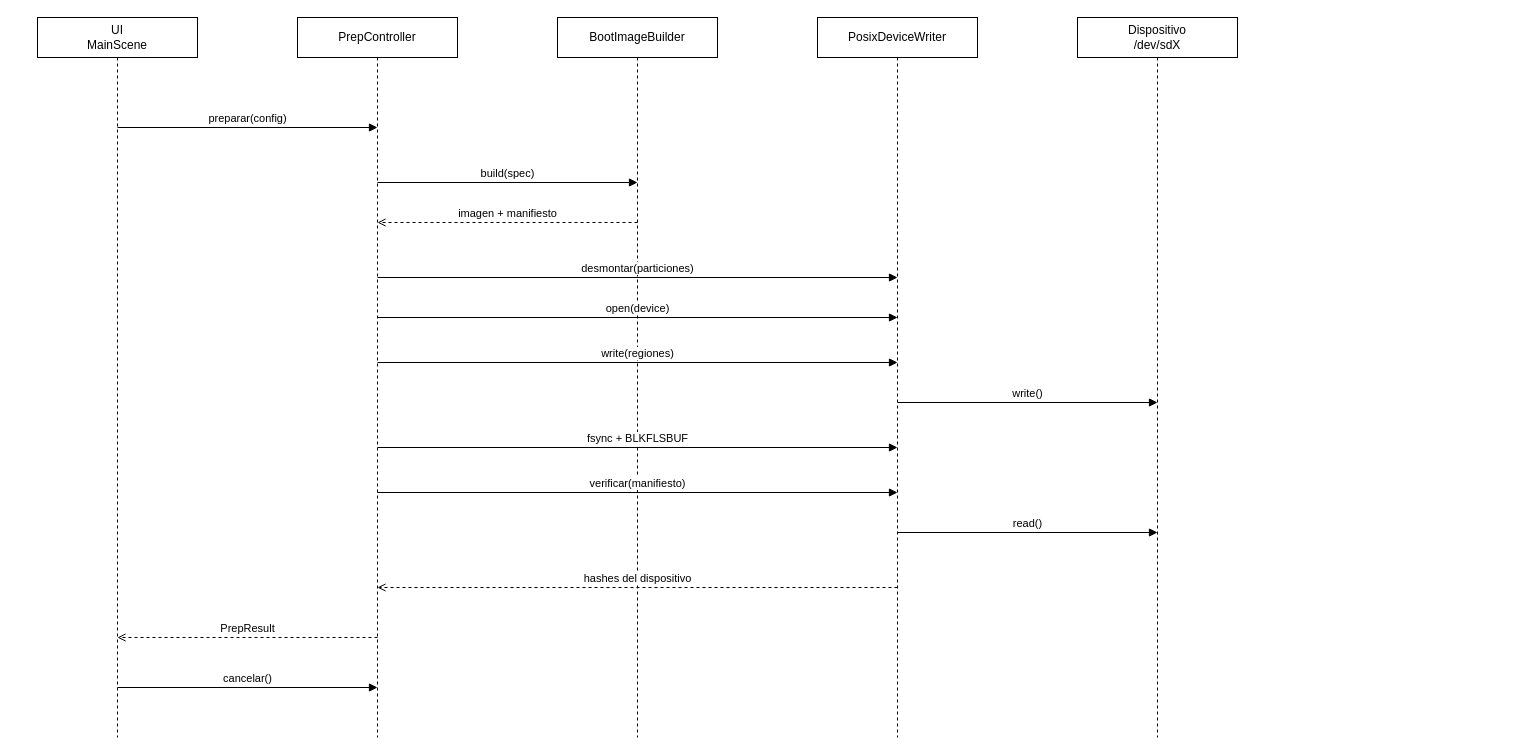
The draw.io diagram page "3 · Secuencia" (3 of 5) of docs/diagrama.drawio in CebGIN/booteable, before the edit. Source tidied: cells renumbered, new cells numbered last; positions are measured from the earlier drawing's top-left corner, leaving out a move shared by most shapes. Both pictures are drawn from the tidied source at 100%, with x=0, y=0 at pixel (37, 17).
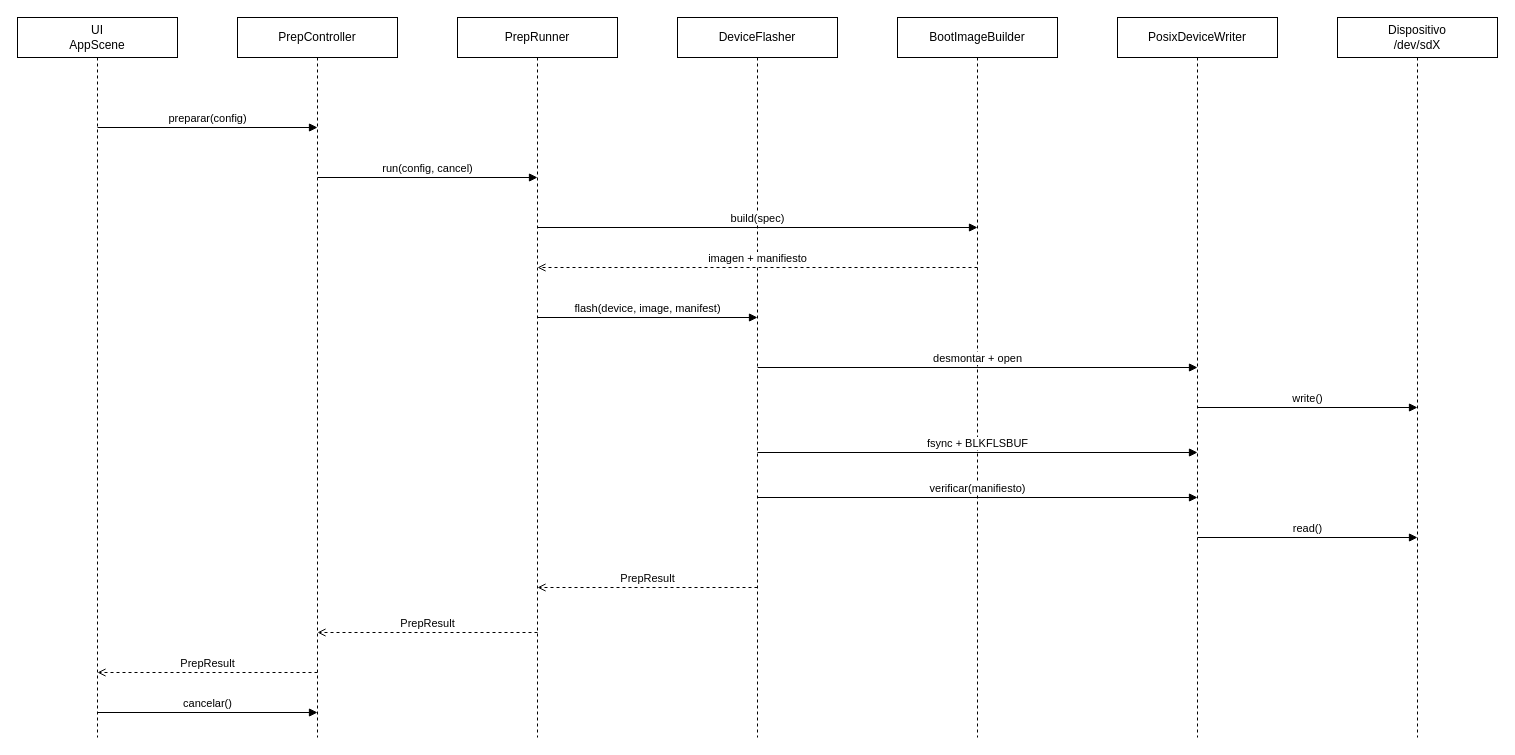
The same diagram, later.

Commit message (it also covers changes not shown here):
docs(diagrama): regenerar clases y secuencia con PrepRunner y DeviceFlasher

Change to the diagram source:
```diff
@@
-    <mxCell id="2" value="UI&#10;MainScene" style="shape=umlLifeline;perimeter=lifelinePerimeter;whiteSpace=wrap;html=1;fillColor=#ffffff;strokeColor=#000000;fontColor=#000000;" parent="1" vertex="1">
-      <mxGeometry width="160" height="720" as="geometry" />
+    <mxCell id="2" value="UI&#10;AppScene" style="shape=umlLifeline;perimeter=lifelinePerimeter;whiteSpace=wrap;html=1;fillColor=#ffffff;strokeColor=#000000;fontColor=#000000;" parent="1" vertex="1">
+      <mxGeometry x="-20" width="160" height="720" as="geometry" />
     </mxCell>
     <mxCell id="3" value="PrepController" style="shape=umlLifeline;perimeter=lifelinePerimeter;whiteSpace=wrap;html=1;fillColor=#ffffff;strokeColor=#000000;fontColor=#000000;" parent="1" vertex="1">
-      <mxGeometry x="260" width="160" height="720" as="geometry" />
+      <mxGeometry x="200" width="160" height="720" as="geometry" />
     </mxCell>
+    <mxCell id="20" value="PrepRunner" style="shape=umlLifeline;perimeter=lifelinePerimeter;whiteSpace=wrap;html=1;fillColor=#ffffff;strokeColor=#000000;fontColor=#000000;" parent="1" vertex="1">
+      <mxGeometry x="420" width="160" height="720" as="geometry" />
+    </mxCell>
+    <mxCell id="21" value="DeviceFlasher" style="shape=umlLifeline;perimeter=lifelinePerimeter;whiteSpace=wrap;html=1;fillColor=#ffffff;strokeColor=#000000;fontColor=#000000;" parent="1" vertex="1">
+      <mxGeometry x="640" width="160" height="720" as="geometry" />
+    </mxCell>
     <mxCell id="4" value="BootImageBuilder" style="shape=umlLifeline;perimeter=lifelinePerimeter;whiteSpace=wrap;html=1;fillColor=#ffffff;strokeColor=#000000;fontColor=#000000;" parent="1" vertex="1">
-      <mxGeometry x="520" width="160" height="720" as="geometry" />
+      <mxGeometry x="860" width="160" height="720" as="geometry" />
     </mxCell>
     <mxCell id="5" value="PosixDeviceWriter" style="shape=umlLifeline;perimeter=lifelinePerimeter;whiteSpace=wrap;html=1;fillColor=#ffffff;strokeColor=#000000;fontColor=#000000;" parent="1" vertex="1">
-      <mxGeometry x="780" width="160" height="720" as="geometry" />
+      <mxGeometry x="1080" width="160" height="720" as="geometry" />
     </mxCell>
     <mxCell id="6" value="Dispositivo&#10;/dev/sdX" style="shape=umlLifeline;perimeter=lifelinePerimeter;whiteSpace=wrap;html=1;fillColor=#ffffff;strokeColor=#000000;fontColor=#000000;" parent="1" vertex="1">
-      <mxGeometry x="1040" width="160" height="720" as="geometry" />
+      <mxGeometry x="1300" width="160" height="720" as="geometry" />
     </mxCell>
     <mxCell id="7" value="preparar(config)" style="endArrow=block;endFill=1;html=1;rounded=0;fontSize=11;labelBackgroundColor=#ffffff;verticalAlign=bottom;" parent="1" edge="1">
       <mxGeometry relative="1" as="geometry">
-        <mxPoint x="80" y="110" as="sourcePoint" />
-        <mxPoint x="340" y="110" as="targetPoint" />
+        <mxPoint x="60" y="110" as="sourcePoint" />
+        <mxPoint x="280" y="110" as="targetPoint" />
       </mxGeometry>
     </mxCell>
-    <mxCell id="8" value="build(spec)" style="endArrow=block;endFill=1;html=1;rounded=0;fontSize=11;labelBackgroundColor=#ffffff;verticalAlign=bottom;" parent="1" edge="1">
+    <mxCell id="8" value="run(config, cancel)" style="endArrow=block;endFill=1;html=1;rounded=0;fontSize=11;labelBackgroundColor=#ffffff;verticalAlign=bottom;" parent="1" edge="1">
       <mxGeometry relative="1" as="geometry">
-        <mxPoint x="340" y="165" as="sourcePoint" />
-        <mxPoint x="600" y="165" as="targetPoint" />
+        <mxPoint x="280" y="160" as="sourcePoint" />
+        <mxPoint x="500" y="160" as="targetPoint" />
       </mxGeometry>
     </mxCell>
+    <mxCell id="10" value="build(spec)" style="endArrow=block;endFill=1;html=1;rounded=0;fontSize=11;labelBackgroundColor=#ffffff;verticalAlign=bottom;" parent="1" edge="1">
+      <mxGeometry relative="1" as="geometry">
+        <mxPoint x="500" y="210" as="sourcePoint" />
+        <mxPoint x="940" y="210" as="targetPoint" />
+      </mxGeometry>
+    </mxCell>
     <mxCell id="9" value="imagen + manifiesto" style="endArrow=open;endFill=0;dashed=1;html=1;rounded=0;fontSize=11;labelBackgroundColor=#ffffff;verticalAlign=bottom;" parent="1" edge="1">
       <mxGeometry relative="1" as="geometry">
-        <mxPoint x="600" y="205" as="sourcePoint" />
-        <mxPoint x="340" y="205" as="targetPoint" />
+        <mxPoint x="940" y="250" as="sourcePoint" />
+        <mxPoint x="500" y="250" as="targetPoint" />
       </mxGeometry>
     </mxCell>
-    <mxCell id="10" value="desmontar(particiones)" style="endArrow=block;endFill=1;html=1;rounded=0;fontSize=11;labelBackgroundColor=#ffffff;verticalAlign=bottom;" parent="1" edge="1">
-      <mxGeometry relative="1" as="geometry">
-        <mxPoint x="340" y="260" as="sourcePoint" />
-        <mxPoint x="860" y="260" as="targetPoint" />
-      </mxGeometry>
-    </mxCell>
-    <mxCell id="11" value="open(device)" style="endArrow=block;endFill=1;html=1;rounded=0;fontSize=11;labelBackgroundColor=#ffffff;verticalAlign=bottom;" parent="1" edge="1">
-      <mxGeometry relative="1" as="geometry">
-        <mxPoint x="340" y="300" as="sourcePoint" />
-        <mxPoint x="860" y="300" as="targetPoint" />
-      </mxGeometry>
-    </mxCell>
-    <mxCell id="12" value="write(regiones)" style="endArrow=block;endFill=1;html=1;rounded=0;fontSize=11;labelBackgroundColor=#ffffff;verticalAlign=bottom;" parent="1" edge="1">
+    <mxCell id="12" value="flash(device, image, manifest)" style="endArrow=block;endFill=1;html=1;rounded=0;fontSize=11;labelBackgroundColor=#ffffff;verticalAlign=bottom;" parent="1" edge="1">
       <mxGeometry relative="1" as="geometry">
-        <mxPoint x="340" y="345" as="sourcePoint" />
-        <mxPoint x="860" y="345" as="targetPoint" />
+        <mxPoint x="500" y="300" as="sourcePoint" />
+        <mxPoint x="720" y="300" as="targetPoint" />
       </mxGeometry>
     </mxCell>
+    <mxCell id="22" value="desmontar + open" style="endArrow=block;endFill=1;html=1;rounded=0;fontSize=11;labelBackgroundColor=#ffffff;verticalAlign=bottom;" parent="1" edge="1">
+      <mxGeometry relative="1" as="geometry">
+        <mxPoint x="720" y="350" as="sourcePoint" />
+        <mxPoint x="1160" y="350" as="targetPoint" />
+      </mxGeometry>
+    </mxCell>
     <mxCell id="13" value="write()" style="endArrow=block;endFill=1;html=1;rounded=0;fontSize=11;labelBackgroundColor=#ffffff;verticalAlign=bottom;" parent="1" edge="1">
       <mxGeometry relative="1" as="geometry">
-        <mxPoint x="860" y="385" as="sourcePoint" />
-        <mxPoint x="1120" y="385" as="targetPoint" />
+        <mxPoint x="1160" y="390" as="sourcePoint" />
+        <mxPoint x="1380" y="390" as="targetPoint" />
       </mxGeometry>
     </mxCell>
     <mxCell id="14" value="fsync + BLKFLSBUF" style="endArrow=block;endFill=1;html=1;rounded=0;fontSize=11;labelBackgroundColor=#ffffff;verticalAlign=bottom;" parent="1" edge="1">
       <mxGeometry relative="1" as="geometry">
-        <mxPoint x="340" y="430" as="sourcePoint" />
-        <mxPoint x="860" y="430" as="targetPoint" />
+        <mxPoint x="720" y="435" as="sourcePoint" />
+        <mxPoint x="1160" y="435" as="targetPoint" />
       </mxGeometry>
     </mxCell>
     <mxCell id="15" value="verificar(manifiesto)" style="endArrow=block;endFill=1;html=1;rounded=0;fontSize=11;labelBackgroundColor=#ffffff;verticalAlign=bottom;" parent="1" edge="1">
       <mxGeometry relative="1" as="geometry">
-        <mxPoint x="340" y="475" as="sourcePoint" />
-        <mxPoint x="860" y="475" as="targetPoint" />
+        <mxPoint x="720" y="480" as="sourcePoint" />
+        <mxPoint x="1160" y="480" as="targetPoint" />
       </mxGeometry>
     </mxCell>
     <mxCell id="16" value="read()" style="endArrow=block;endFill=1;html=1;rounded=0;fontSize=11;labelBackgroundColor=#ffffff;verticalAlign=bottom;" parent="1" edge="1">
       <mxGeometry relative="1" as="geometry">
-        <mxPoint x="860" y="515" as="sourcePoint" />
-        <mxPoint x="1120" y="515" as="targetPoint" />
+        <mxPoint x="1160" y="520" as="sourcePoint" />
+        <mxPoint x="1380" y="520" as="targetPoint" />
       </mxGeometry>
     </mxCell>
-    <mxCell id="17" value="hashes del dispositivo" style="endArrow=open;endFill=0;dashed=1;html=1;rounded=0;fontSize=11;labelBackgroundColor=#ffffff;verticalAlign=bottom;" parent="1" edge="1">
+    <mxCell id="17" value="PrepResult" style="endArrow=open;endFill=0;dashed=1;html=1;rounded=0;fontSize=11;labelBackgroundColor=#ffffff;verticalAlign=bottom;" parent="1" edge="1">
       <mxGeometry relative="1" as="geometry">
-        <mxPoint x="860" y="570" as="sourcePoint" />
-        <mxPoint x="340" y="570" as="targetPoint" />
+        <mxPoint x="720" y="570" as="sourcePoint" />
+        <mxPoint x="500" y="570" as="targetPoint" />
       </mxGeometry>
     </mxCell>
     <mxCell id="18" value="PrepResult" style="endArrow=open;endFill=0;dashed=1;html=1;rounded=0;fontSize=11;labelBackgroundColor=#ffffff;verticalAlign=bottom;" parent="1" edge="1">
       <mxGeometry relative="1" as="geometry">
-        <mxPoint x="340" y="620" as="sourcePoint" />
-        <mxPoint x="80" y="620" as="targetPoint" />
+        <mxPoint x="500" y="615" as="sourcePoint" />
+        <mxPoint x="280" y="615" as="targetPoint" />
       </mxGeometry>
     </mxCell>
-    <mxCell id="19" value="cancelar()" style="endArrow=block;endFill=1;html=1;rounded=0;fontSize=11;labelBackgroundColor=#ffffff;verticalAlign=bottom;" parent="1" edge="1">
+    <mxCell id="19" value="PrepResult" style="endArrow=open;endFill=0;dashed=1;html=1;rounded=0;fontSize=11;labelBackgroundColor=#ffffff;verticalAlign=bottom;" parent="1" edge="1">
       <mxGeometry relative="1" as="geometry">
-        <mxPoint x="80" y="670" as="sourcePoint" />
-        <mxPoint x="340" y="670" as="targetPoint" />
+        <mxPoint x="280" y="655" as="sourcePoint" />
+        <mxPoint x="60" y="655" as="targetPoint" />
       </mxGeometry>
     </mxCell>
+    <mxCell id="23" value="cancelar()" style="endArrow=block;endFill=1;html=1;rounded=0;fontSize=11;labelBackgroundColor=#ffffff;verticalAlign=bottom;" parent="1" edge="1">
+      <mxGeometry relative="1" as="geometry">
+        <mxPoint x="60" y="695" as="sourcePoint" />
+        <mxPoint x="280" y="695" as="targetPoint" />
+      </mxGeometry>
+    </mxCell>
```
